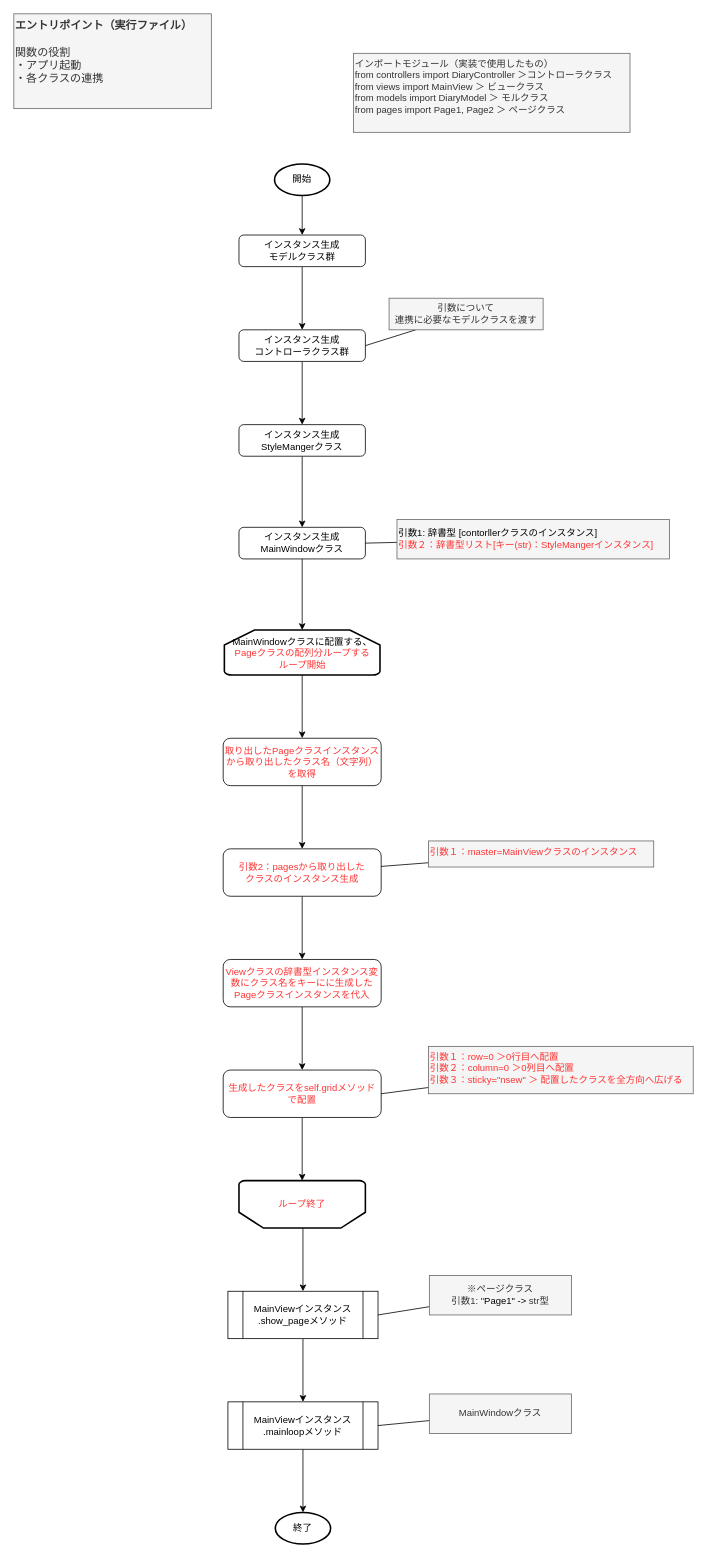
The draw.io diagram page "main" (1 of 2) of 設計/フロー図/main.py/main関数.drawio in homan05872/Template_customtkinter_mvc, before the edit. Source tidied: cells renumbered, new cells numbered last; positions are measured from the earlier drawing's top-left corner, leaving out a move shared by most shapes. Both pictures are drawn from the tidied source at 79%, with x=0, y=0 at pixel (13, 13).
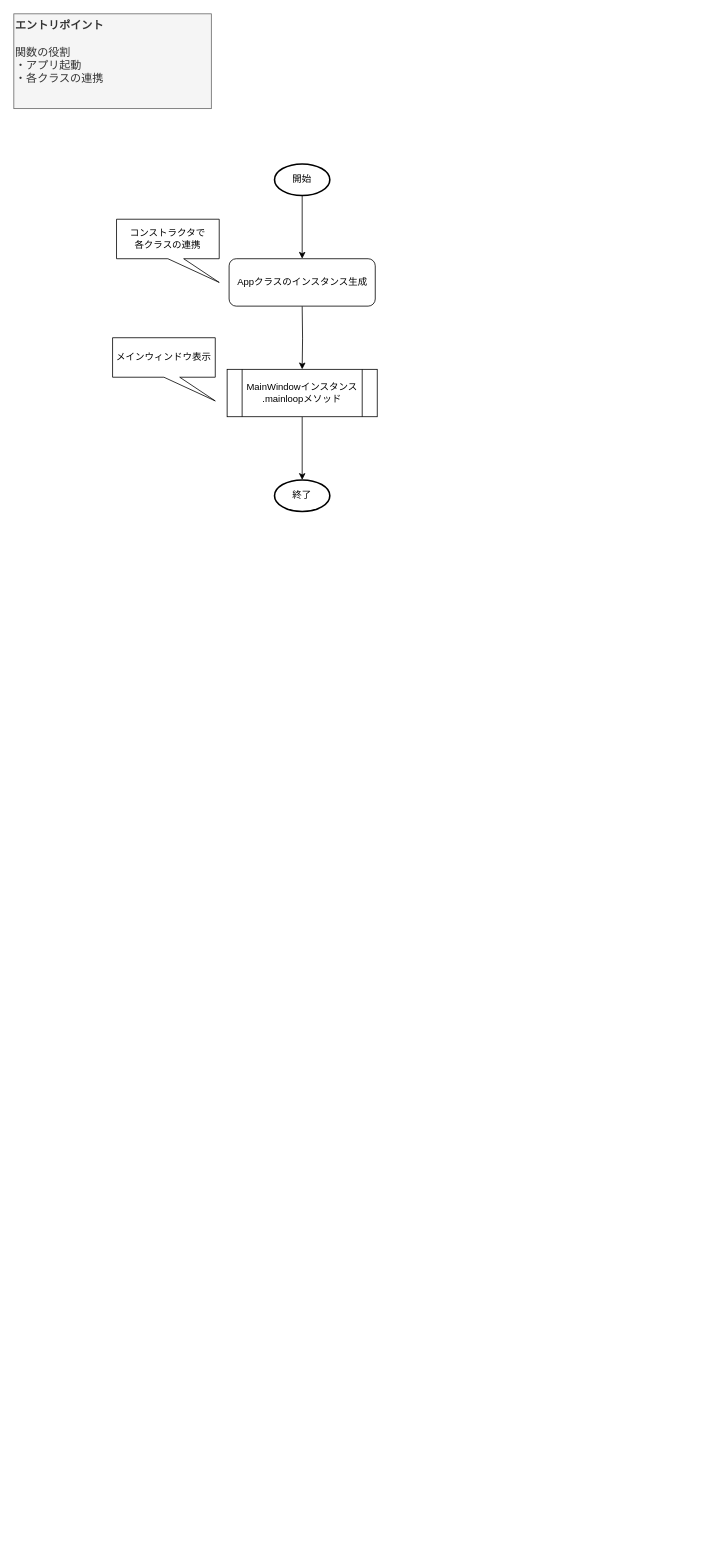
The same diagram, later.

The change refers to these unchanged cells:
```xml
<mxCell id="5" value="開始" style="strokeWidth=2;html=1;shape=mxgraph.flowchart.start_1;whiteSpace=wrap;" parent="1" vertex="1">
  <mxGeometry x="330" y="190" width="70" height="40" as="geometry" />
</mxCell>
```

What changed in the source:
```diff
@@
-    <mxCell id="2" style="edgeStyle=orthogonalEdgeStyle;rounded=0;jettySize=auto;html=1;" parent="1" edge="1" source="3" target="7">
-      <mxGeometry relative="1" as="geometry" />
-    </mxCell>
-    <mxCell id="3" value="インスタンス生成&lt;div&gt;モデルクラス群&lt;br&gt;&lt;/div&gt;" style="rounded=1;whiteSpace=wrap;html=1;fontSize=12;glass=0;strokeWidth=1;shadow=0;" parent="1" vertex="1">
-      <mxGeometry x="285" y="280" width="160" height="40" as="geometry" />
-    </mxCell>
-    <mxCell id="4" style="edgeStyle=orthogonalEdgeStyle;rounded=0;jettySize=auto;html=1;" parent="1" edge="1" source="5" target="3">
-      <mxGeometry relative="1" as="geometry" />
-    </mxCell>
+    <mxCell id="10" value="&lt;b&gt;&lt;font style=&quot;font-size: 14px;&quot;&gt;エントリポイント&lt;/font&gt;&lt;/b&gt;&lt;div&gt;&lt;b&gt;&lt;font style=&quot;font-size: 14px;&quot;&gt;&lt;br&gt;&lt;/font&gt;&lt;/b&gt;&lt;/div&gt;&lt;div&gt;&lt;span style=&quot;font-size: 14px;&quot;&gt;関数の役割&lt;/span&gt;&lt;/div&gt;&lt;div&gt;&lt;span style=&quot;font-size: 14px;&quot;&gt;・アプリ起動&lt;/span&gt;&lt;/div&gt;&lt;div&gt;&lt;span style=&quot;font-size: 14px;&quot;&gt;・各クラスの連携&lt;/span&gt;&lt;/div&gt;" style="text;html=1;align=left;verticalAlign=top;whiteSpace=wrap;rounded=0;fillColor=#f5f5f5;fontColor=#333333;strokeColor=#666666;" parent="1" vertex="1">
+      <mxGeometry width="250" height="120" as="geometry" />
+    </mxCell>
+    <mxCell id="43" style="edgeStyle=none;html=1;" parent="1" edge="1" source="5">
+      <mxGeometry relative="1" as="geometry">
+        <mxPoint x="365" y="310" as="targetPoint" />
+      </mxGeometry>
+    </mxCell>
@@
-    <mxCell id="6" style="edgeStyle=orthogonalEdgeStyle;rounded=0;jettySize=auto;html=1;" parent="1" edge="1" source="7" target="42">
-      <mxGeometry relative="1" as="geometry" />
-    </mxCell>
-    <mxCell id="7" value="インスタンス生成&lt;div&gt;コントローラクラス群&lt;br&gt;&lt;/div&gt;" style="rounded=1;whiteSpace=wrap;html=1;fontSize=12;glass=0;strokeWidth=1;shadow=0;" parent="1" vertex="1">
-      <mxGeometry x="285" y="400" width="160" height="40" as="geometry" />
-    </mxCell>
-    <mxCell id="8" style="rounded=0;jettySize=auto;html=1;entryX=1;entryY=0.5;entryDx=0;entryDy=0;endArrow=none;endFill=0;" parent="1" edge="1" source="9" target="7">
-      <mxGeometry relative="1" as="geometry" />
-    </mxCell>
-    <mxCell id="9" value="引数について&lt;div&gt;連携に必要なモデルクラスを渡す&lt;/div&gt;" style="text;html=1;align=center;verticalAlign=middle;whiteSpace=wrap;rounded=0;fillColor=#f5f5f5;fontColor=#333333;strokeColor=#666666;" parent="1" vertex="1">
-      <mxGeometry x="475" y="360" width="195" height="40" as="geometry" />
-    </mxCell>
-    <mxCell id="10" value="&lt;b&gt;&lt;font style=&quot;font-size: 14px;&quot;&gt;エントリポイント（実行ファイル）&lt;/font&gt;&lt;/b&gt;&lt;div&gt;&lt;b&gt;&lt;font style=&quot;font-size: 14px;&quot;&gt;&lt;br&gt;&lt;/font&gt;&lt;/b&gt;&lt;/div&gt;&lt;div&gt;&lt;span style=&quot;font-size: 14px;&quot;&gt;関数の役割&lt;/span&gt;&lt;/div&gt;&lt;div&gt;&lt;span style=&quot;font-size: 14px;&quot;&gt;・アプリ起動&lt;/span&gt;&lt;/div&gt;&lt;div&gt;&lt;span style=&quot;font-size: 14px;&quot;&gt;・各クラスの連携&lt;/span&gt;&lt;/div&gt;" style="text;html=1;align=left;verticalAlign=top;whiteSpace=wrap;rounded=0;fillColor=#f5f5f5;fontColor=#333333;strokeColor=#666666;" parent="1" vertex="1">
-      <mxGeometry width="250" height="120" as="geometry" />
-    </mxCell>
-    <mxCell id="11" value="&lt;div&gt;インポートモジュール（実装で使用したもの）&lt;/div&gt;&lt;div&gt;&lt;div&gt;from controllers import DiaryController ＞コントローラクラス&lt;/div&gt;&lt;div&gt;from views import MainView ＞ ビュークラス&lt;/div&gt;&lt;div&gt;from models import DiaryModel&amp;nbsp;&lt;span style=&quot;background-color: initial;&quot;&gt;＞ モルクラス&lt;/span&gt;&lt;/div&gt;&lt;div&gt;from pages import Page1, Page2&amp;nbsp;&lt;span style=&quot;background-color: initial;&quot;&gt;＞ ページクラス&lt;/span&gt;&lt;/div&gt;&lt;/div&gt;" style="text;html=1;align=left;verticalAlign=top;whiteSpace=wrap;rounded=0;fillColor=#f5f5f5;fontColor=#333333;strokeColor=#666666;" parent="1" vertex="1">
-      <mxGeometry x="430" y="50" width="350" height="100" as="geometry" />
-    </mxCell>
-    <mxCell id="12" value="インスタンス生成&lt;div&gt;MainWindowクラス&lt;br&gt;&lt;/div&gt;" style="rounded=1;whiteSpace=wrap;html=1;fontSize=12;glass=0;strokeWidth=1;shadow=0;" parent="1" vertex="1">
-      <mxGeometry x="285" y="650" width="160" height="40" as="geometry" />
-    </mxCell>
-    <mxCell id="13" style="rounded=0;jettySize=auto;html=1;entryX=1;entryY=0.5;entryDx=0;entryDy=0;endArrow=none;endFill=0;" parent="1" edge="1" source="14" target="12">
-      <mxGeometry relative="1" as="geometry" />
-    </mxCell>
-    <mxCell id="14" value="&lt;div&gt;&lt;div&gt;&lt;span style=&quot;color: rgb(0, 0, 0);&quot;&gt;引数1: 辞書型 [contorllerクラスのインスタンス]&lt;br&gt;&lt;/span&gt;&lt;span style=&quot;color: rgb(255, 51, 51);&quot;&gt;引数２：辞書型リスト[キー&lt;/span&gt;&lt;span style=&quot;color: rgb(255, 51, 51); background-color: initial;&quot;&gt;(str)&lt;/span&gt;&lt;span style=&quot;color: rgb(255, 51, 51); background-color: initial;&quot;&gt;：StyleMangerインスタンス]&lt;/span&gt;&lt;span style=&quot;color: rgb(0, 0, 0);&quot;&gt;&lt;br&gt;&lt;/span&gt;&lt;/div&gt;&lt;/div&gt;" style="text;html=1;align=left;verticalAlign=middle;whiteSpace=wrap;rounded=0;fillColor=#f5f5f5;fontColor=#333333;strokeColor=#666666;" parent="1" vertex="1">
-      <mxGeometry x="485" y="640" width="345" height="50" as="geometry" />
-    </mxCell>
-    <mxCell id="15" style="edgeStyle=orthogonalEdgeStyle;rounded=0;jettySize=auto;html=1;fontColor=#FF3333;" parent="1" edge="1" source="16">
-      <mxGeometry relative="1" as="geometry">
-        <mxPoint x="365" y="917" as="targetPoint" />
-      </mxGeometry>
-    </mxCell>
-    <mxCell id="16" value="&lt;span style=&quot;color: rgb(0, 0, 0);&quot;&gt;MainWindowクラスに配置する、&lt;/span&gt;&lt;span style=&quot;text-align: left;&quot;&gt;Pageクラスの配列分ループする&lt;br&gt;ループ開始&lt;/span&gt;" style="strokeWidth=2;html=1;shape=mxgraph.flowchart.loop_limit;whiteSpace=wrap;fontColor=#FF3333;" parent="1" vertex="1">
-      <mxGeometry x="266.5" y="780" width="197" height="57" as="geometry" />
-    </mxCell>
-    <mxCell id="17" style="edgeStyle=orthogonalEdgeStyle;rounded=0;jettySize=auto;html=1;fontColor=#FF3333;" parent="1" edge="1" source="18" target="20">
-      <mxGeometry relative="1" as="geometry" />
-    </mxCell>
-    <mxCell id="18" value="取り出したPageクラスインスタンスから取り出した&lt;span style=&quot;background-color: initial;&quot;&gt;クラス名（文字列）を取得&lt;/span&gt;" style="rounded=1;whiteSpace=wrap;html=1;fontColor=#FF3333;" parent="1" vertex="1">
-      <mxGeometry x="265" y="917" width="200" height="60" as="geometry" />
-    </mxCell>
-    <mxCell id="19" style="edgeStyle=orthogonalEdgeStyle;rounded=0;jettySize=auto;html=1;fontColor=#FF3333;" parent="1" edge="1" source="20" target="24">
-      <mxGeometry relative="1" as="geometry" />
-    </mxCell>
-    <mxCell id="20" value="引数2：pagesから取り出した&lt;div&gt;クラスのインスタンス生成&lt;/div&gt;" style="rounded=1;whiteSpace=wrap;html=1;fontColor=#FF3333;" parent="1" vertex="1">
-      <mxGeometry x="265" y="1057" width="200" height="60" as="geometry" />
-    </mxCell>
-    <mxCell id="21" style="rounded=0;jettySize=auto;html=1;endArrow=none;endFill=0;fontColor=#FF3333;" parent="1" edge="1" source="22" target="20">
-      <mxGeometry relative="1" as="geometry" />
-    </mxCell>
-    <mxCell id="22" value="引数１：master=MainViewクラスのインスタンス&lt;div&gt;&lt;br&gt;&lt;/div&gt;" style="text;html=1;align=left;verticalAlign=top;whiteSpace=wrap;rounded=0;fillColor=#f5f5f5;fontColor=#FF3333;strokeColor=#666666;" parent="1" vertex="1">
-      <mxGeometry x="525" y="1047" width="285" height="33" as="geometry" />
-    </mxCell>
-    <mxCell id="23" style="edgeStyle=orthogonalEdgeStyle;rounded=0;jettySize=auto;html=1;fontColor=#FF3333;" parent="1" edge="1" source="24" target="26">
-      <mxGeometry relative="1" as="geometry" />
-    </mxCell>
-    <mxCell id="24" value="Viewクラスの辞書型インスタンス変数にクラス名を&lt;span style=&quot;background-color: initial;&quot;&gt;キーにに生成したPageクラス&lt;/span&gt;&lt;span style=&quot;background-color: initial;&quot;&gt;インスタンスを代入&lt;/span&gt;" style="rounded=1;whiteSpace=wrap;html=1;fontColor=#FF3333;" parent="1" vertex="1">
-      <mxGeometry x="265" y="1197" width="200" height="60" as="geometry" />
-    </mxCell>
-    <mxCell id="25" style="edgeStyle=orthogonalEdgeStyle;rounded=0;jettySize=auto;html=1;fontColor=#FF3333;" parent="1" edge="1" source="26" target="29">
-      <mxGeometry relative="1" as="geometry" />
-    </mxCell>
-    <mxCell id="26" value="生成したクラスをself.gridメソッド&lt;div&gt;で配置&lt;/div&gt;" style="rounded=1;whiteSpace=wrap;html=1;fontColor=#FF3333;" parent="1" vertex="1">
-      <mxGeometry x="265" y="1337" width="200" height="60" as="geometry" />
-    </mxCell>
-    <mxCell id="27" style="rounded=0;jettySize=auto;html=1;entryX=1;entryY=0.5;entryDx=0;entryDy=0;endArrow=none;endFill=0;fontColor=#FF3333;" parent="1" edge="1" source="28" target="26">
-      <mxGeometry relative="1" as="geometry" />
-    </mxCell>
-    <mxCell id="28" value="引数１：row=0 ＞0行目へ配置&lt;div&gt;引数２：column=0 ＞&lt;span style=&quot;background-color: initial;&quot;&gt;0列目へ配置&lt;/span&gt;&lt;/div&gt;&lt;div&gt;&lt;span style=&quot;background-color: initial;&quot;&gt;引数３：&lt;/span&gt;&lt;span style=&quot;background-color: initial;&quot;&gt;sticky=&quot;nsew&quot; ＞ 配置したクラスを全方向へ広げる&lt;/span&gt;&lt;/div&gt;" style="text;html=1;align=left;verticalAlign=top;whiteSpace=wrap;rounded=0;fillColor=#f5f5f5;fontColor=#FF3333;strokeColor=#666666;" parent="1" vertex="1">
-      <mxGeometry x="525" y="1307" width="335" height="60" as="geometry" />
-    </mxCell>
-    <mxCell id="29" value="ループ終了" style="strokeWidth=2;html=1;shape=mxgraph.flowchart.loop_limit;whiteSpace=wrap;direction=west;fontColor=#FF3333;" parent="1" vertex="1">
-      <mxGeometry x="285" y="1477" width="160" height="60" as="geometry" />
-    </mxCell>
-    <mxCell id="30" style="edgeStyle=orthogonalEdgeStyle;rounded=0;orthogonalLoop=1;jettySize=auto;html=1;" parent="1" edge="1">
-      <mxGeometry relative="1" as="geometry">
-        <mxPoint x="366" y="1537" as="sourcePoint" />
-        <mxPoint x="366" y="1617" as="targetPoint" />
-      </mxGeometry>
-    </mxCell>
-    <mxCell id="31" style="edgeStyle=orthogonalEdgeStyle;rounded=0;jettySize=auto;html=1;" parent="1" edge="1" source="32" target="34">
-      <mxGeometry relative="1" as="geometry" />
-    </mxCell>
-    <mxCell id="32" value="MainViewインスタンス&lt;div&gt;.show_pageメソッド&lt;/div&gt;" style="shape=process;whiteSpace=wrap;html=1;backgroundOutline=1;" parent="1" vertex="1">
-      <mxGeometry x="271" y="1617" width="190" height="60" as="geometry" />
-    </mxCell>
-    <mxCell id="33" style="edgeStyle=orthogonalEdgeStyle;rounded=0;jettySize=auto;html=1;" parent="1" edge="1" source="34" target="39">
-      <mxGeometry relative="1" as="geometry" />
-    </mxCell>
-    <mxCell id="34" value="MainViewインスタンス&lt;div&gt;.mainloopメソッド&lt;/div&gt;" style="shape=process;whiteSpace=wrap;html=1;backgroundOutline=1;" parent="1" vertex="1">
-      <mxGeometry x="271" y="1757" width="190" height="60" as="geometry" />
-    </mxCell>
-    <mxCell id="35" style="rounded=0;jettySize=auto;html=1;entryX=1;entryY=0.5;entryDx=0;entryDy=0;endArrow=none;endFill=0;" parent="1" edge="1" source="36" target="32">
-      <mxGeometry relative="1" as="geometry" />
-    </mxCell>
-    <mxCell id="36" value="&lt;div&gt;※ページクラス&lt;/div&gt;引数1: &quot;&lt;span style=&quot;color: rgb(0, 0, 0);&quot;&gt;Page1&quot; -&amp;gt;&amp;nbsp;&lt;/span&gt;str型" style="text;html=1;align=center;verticalAlign=middle;whiteSpace=wrap;rounded=0;fillColor=#f5f5f5;fontColor=#333333;strokeColor=#666666;" parent="1" vertex="1">
-      <mxGeometry x="526" y="1597" width="180" height="50" as="geometry" />
-    </mxCell>
-    <mxCell id="37" style="rounded=0;jettySize=auto;html=1;entryX=1;entryY=0.5;entryDx=0;entryDy=0;endArrow=none;endFill=0;" parent="1" edge="1" source="38" target="34">
-      <mxGeometry relative="1" as="geometry" />
-    </mxCell>
-    <mxCell id="38" value="MainWindowクラス" style="text;html=1;align=center;verticalAlign=middle;whiteSpace=wrap;rounded=0;fillColor=#f5f5f5;fontColor=#333333;strokeColor=#666666;" parent="1" vertex="1">
-      <mxGeometry x="526" y="1747" width="180" height="50" as="geometry" />
-    </mxCell>
+    <mxCell id="44" style="edgeStyle=orthogonalEdgeStyle;rounded=0;jettySize=auto;html=1;" parent="1" edge="1" target="46">
+      <mxGeometry relative="1" as="geometry">
+        <mxPoint x="365" y="370" as="sourcePoint" />
+      </mxGeometry>
+    </mxCell>
+    <mxCell id="45" style="edgeStyle=orthogonalEdgeStyle;rounded=0;jettySize=auto;html=1;" parent="1" edge="1" source="46" target="39">
+      <mxGeometry relative="1" as="geometry" />
+    </mxCell>
+    <mxCell id="46" value="MainWindowインスタンス&lt;div&gt;.mainloopメソッド&lt;/div&gt;" style="shape=process;whiteSpace=wrap;html=1;backgroundOutline=1;" parent="1" vertex="1">
+      <mxGeometry x="270" y="450" width="190" height="60" as="geometry" />
+    </mxCell>
     <mxCell id="39" value="終了" style="strokeWidth=2;html=1;shape=mxgraph.flowchart.start_1;whiteSpace=wrap;" parent="1" vertex="1">
-      <mxGeometry x="331" y="1897" width="70" height="40" as="geometry" />
+      <mxGeometry x="330" y="590" width="70" height="40" as="geometry" />
     </mxCell>
-    <mxCell id="40" style="edgeStyle=orthogonalEdgeStyle;rounded=0;jettySize=auto;html=1;entryX=0.5;entryY=0;entryDx=0;entryDy=0;entryPerimeter=0;" parent="1" edge="1" source="12" target="16">
-      <mxGeometry relative="1" as="geometry" />
-    </mxCell>
-    <mxCell id="41" style="edgeStyle=orthogonalEdgeStyle;rounded=0;jettySize=auto;html=1;" parent="1" edge="1" source="42" target="12">
-      <mxGeometry relative="1" as="geometry" />
-    </mxCell>
-    <mxCell id="42" value="インスタンス生成&lt;div&gt;StyleMangerクラス&lt;br&gt;&lt;/div&gt;" style="rounded=1;whiteSpace=wrap;html=1;fontSize=12;glass=0;strokeWidth=1;shadow=0;" parent="1" vertex="1">
-      <mxGeometry x="285" y="520" width="160" height="40" as="geometry" />
-    </mxCell>
+    <mxCell id="47" value="メインウィンドウ表示" style="shape=callout;whiteSpace=wrap;html=1;perimeter=calloutPerimeter;position2=1;" parent="1" vertex="1">
+      <mxGeometry x="125" y="410" width="130" height="80" as="geometry" />
+    </mxCell>
+    <mxCell id="48" value="Appクラスのインスタンス生成" style="rounded=1;whiteSpace=wrap;html=1;" parent="1" vertex="1">
+      <mxGeometry x="272.5" y="310" width="185" height="60" as="geometry" />
+    </mxCell>
+    <mxCell id="49" value="コンストラクタで&lt;br&gt;各クラスの連携" style="shape=callout;whiteSpace=wrap;html=1;perimeter=calloutPerimeter;position2=1;" parent="1" vertex="1">
+      <mxGeometry x="130" y="260" width="130" height="80" as="geometry" />
+    </mxCell>
```
